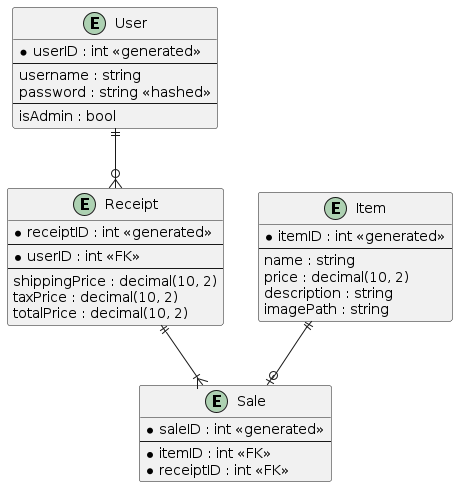
Before: docs/technical-design/entity-relation-diagram.png, a diagram exported from PlantUML (danieltebor/swe3313-course-project). Source of this version:
```plantuml
@startuml entity-relation-diagram

entity "User" as User {
    *userID : int <<generated>>
    --
    username : string
    password : string <<hashed>>
    --
    isAdmin : bool
}

entity "Receipt" as Receipt {
    *receiptID : int <<generated>>
    --
    *userID : int <<FK>>
    --
    shippingPrice : decimal(10, 2)
    taxPrice : decimal(10, 2)
    totalPrice : decimal(10, 2)
}

entity "Item" as Item {
    *itemID : int <<generated>>
    --
    name : string
    price : decimal(10, 2)
    description : string
    imagePath : string
}

entity "Sale" as Sale {
    *saleID : int <<generated>>
    --
    *itemID : int <<FK>>
    *receiptID : int <<FK>>
}

User ||--o{ Receipt
Receipt ||--|{ Sale
Item ||--o| Sale

@enduml
```
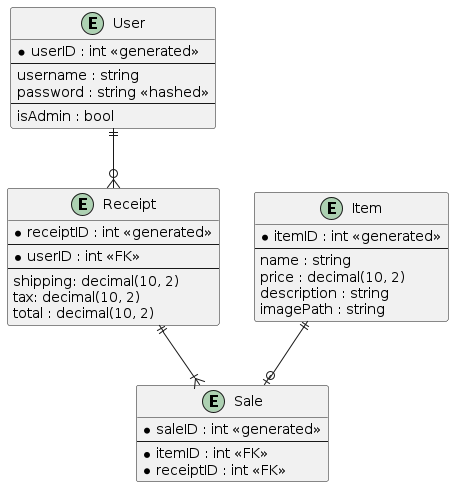
Later version of the same file.

The edit, as a diff of the source:
```diff
@@ -14,9 +14,9 @@
     --
     *userID : int <<FK>>
     --
-    shippingPrice : decimal(10, 2)
-    taxPrice : decimal(10, 2)
-    totalPrice : decimal(10, 2)
+    shipping: decimal(10, 2)
+    tax: decimal(10, 2)
+    total : decimal(10, 2)
 }
 
 entity "Item" as Item {
```
